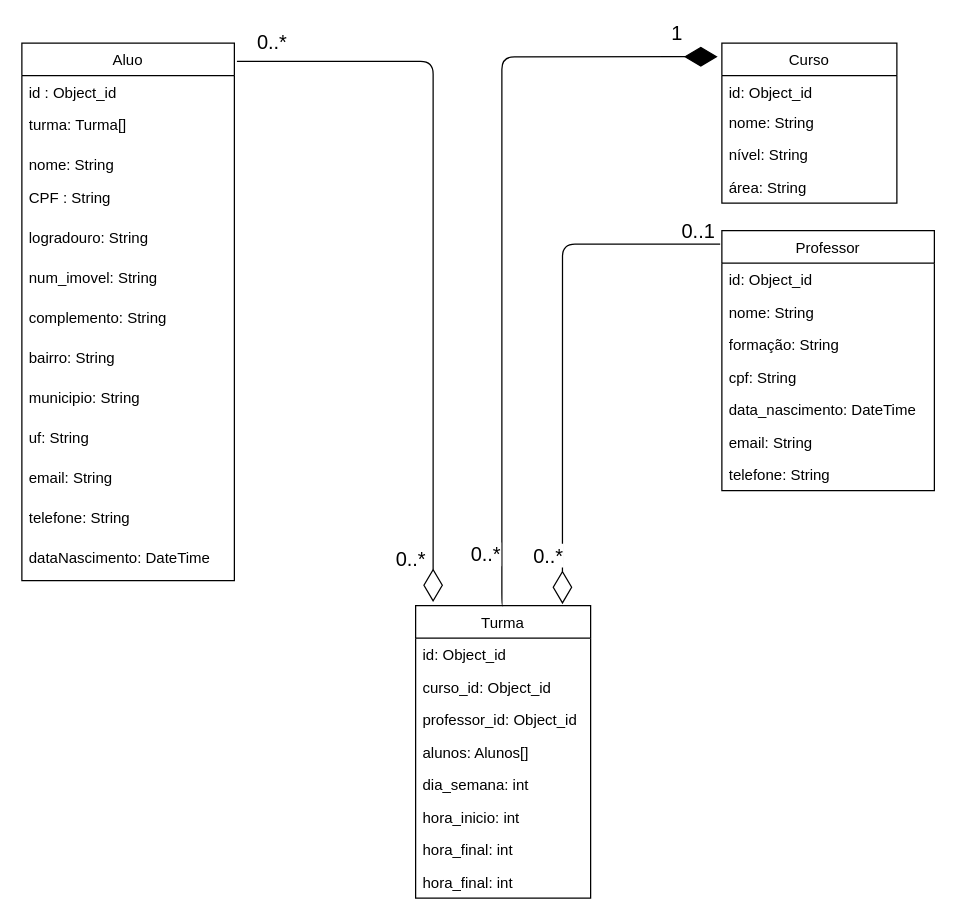
viniciu-pereira/bn-not-2023-2 keeps this draw.io diagram as page "Page-2" (2 of 2) of docs/modelagem-db.drawio. Above is the earlier version. Source tidied: cells renumbered, new cells numbered last; positions are measured from the earlier drawing's top-left corner, leaving out a move shared by most shapes. Both pictures are drawn from the tidied source at 125%, with x=0, y=0 at pixel (21, 42).
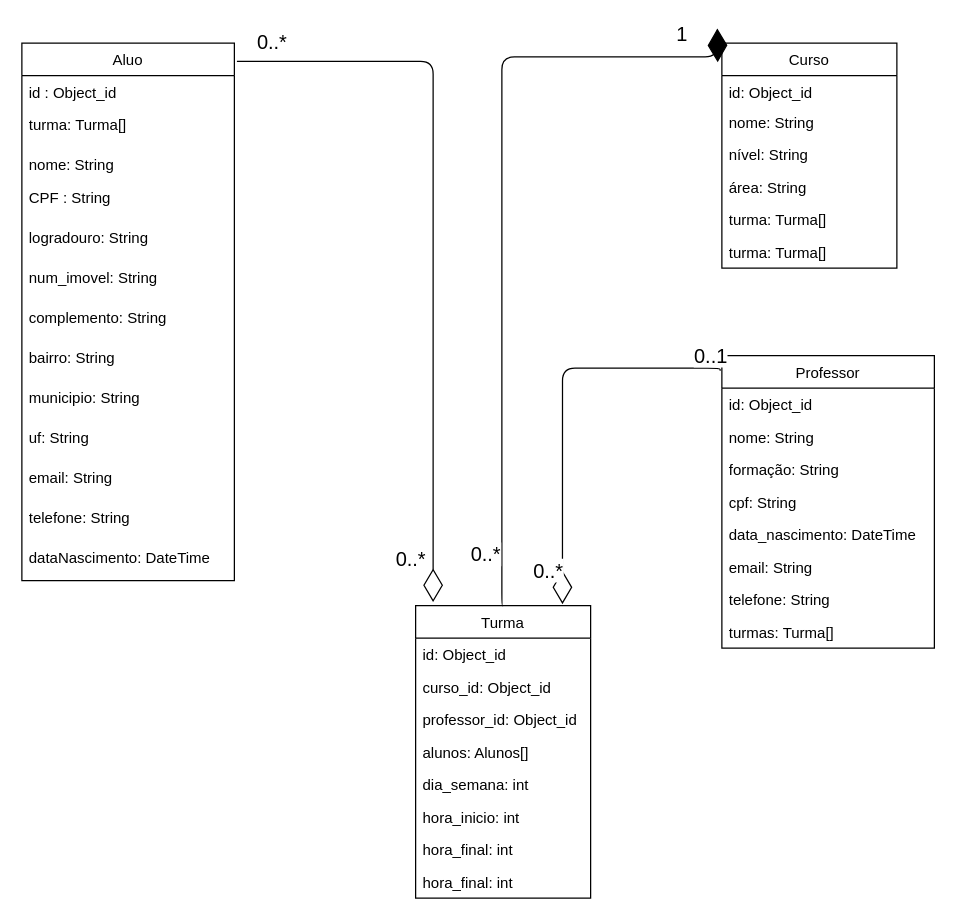
The same page after the edit.

Commit message (it also covers changes not shown here):
(6/9) confecção do diagrama no prisma

Unchanged cells that the change refers to:
```xml
<mxCell id="21" value="Turma" style="swimlane;fontStyle=0;horizontal=1;startSize=26;fillColor=none;" parent="1" vertex="1">
  <mxGeometry x="315" y="450" width="140" height="234" as="geometry" />
</mxCell>
```

Diff of the diagram source:
```diff
@@
     <mxCell id="16" value="Curso" style="swimlane;fontStyle=0;horizontal=1;startSize=26;fillColor=none;" parent="1" vertex="1">
-      <mxGeometry x="560" width="140" height="128" as="geometry" />
+      <mxGeometry x="560" width="140" height="180" as="geometry" />
     </mxCell>
@@
+    <mxCell id="47" value="turma: Turma[]" style="text;strokeColor=none;fillColor=none;align=left;verticalAlign=top;spacingLeft=4;spacingRight=4;overflow=hidden;" parent="16" vertex="1">
+      <mxGeometry y="128" width="140" height="26" as="geometry" />
+    </mxCell>
+    <mxCell id="48" value="turma: Turma[]" style="text;strokeColor=none;fillColor=none;align=left;verticalAlign=top;spacingLeft=4;spacingRight=4;overflow=hidden;" parent="16" vertex="1">
+      <mxGeometry y="154" width="140" height="26" as="geometry" />
+    </mxCell>
@@
     <mxCell id="30" value="Professor" style="swimlane;fontStyle=0;horizontal=1;startSize=26;fillColor=none;" parent="1" vertex="1">
-      <mxGeometry x="560" y="150" width="170" height="208" as="geometry" />
+      <mxGeometry x="560" y="250" width="170" height="234" as="geometry" />
     </mxCell>
@@
+    <mxCell id="49" value="turmas: Turma[]" style="text;strokeColor=none;fillColor=none;align=left;verticalAlign=top;spacingLeft=4;spacingRight=4;overflow=hidden;" parent="30" vertex="1">
+      <mxGeometry y="208" width="170" height="26" as="geometry" />
+    </mxCell>
@@
     <mxCell id="44" style="endArrow=diamondThin;endFill=0;endSize=24;html=1;fontSize=16;exitX=-0.008;exitY=0.052;exitDx=0;exitDy=0;exitPerimeter=0;entryX=0.839;entryY=-0.005;entryDx=0;entryDy=0;entryPerimeter=0;edgeStyle=orthogonalEdgeStyle;" parent="1" edge="1" source="30" target="21">
       <mxGeometry relative="1" as="geometry">
         <Array as="points">
-          <mxPoint x="432" y="161" />
+          <mxPoint x="559" y="260" />
+          <mxPoint x="433" y="260" />
         </Array>
       </mxGeometry>
     </mxCell>
```
